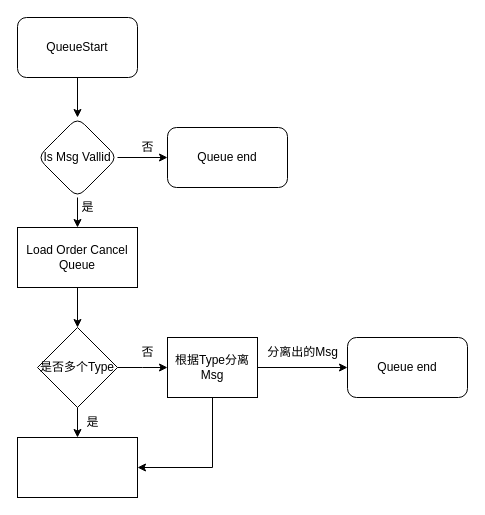
Before: Untitled Diagram.drawio in tobecon/StockAnalysis, a draw.io diagram. Source tidied: cells renumbered, new cells numbered last; positions are measured from the earlier drawing's top-left corner, leaving out a move shared by most shapes. Both pictures are drawn from the tidied source at 100%, with x=0, y=0 at pixel (17, 17).
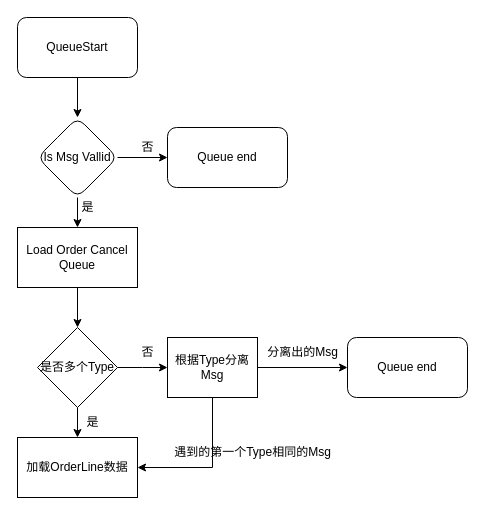
The same page after the edit.

What changed in the source:
```diff
@@
-    <mxCell id="15" style="rounded=0;whiteSpace=wrap;html=1;" parent="1" vertex="1">
+    <mxCell id="15" value="加载OrderLine数据" style="rounded=0;whiteSpace=wrap;html=1;" parent="1" vertex="1">
       <mxGeometry y="420" width="120" height="60" as="geometry" />
     </mxCell>
@@
+    <mxCell id="23" value="遇到的第一个Type相同的Msg" style="text;html=1;align=center;verticalAlign=middle;strokeColor=none;fillColor=none;" parent="1" vertex="1">
+      <mxGeometry x="145" y="420" width="180" height="30" as="geometry" />
+    </mxCell>
```
